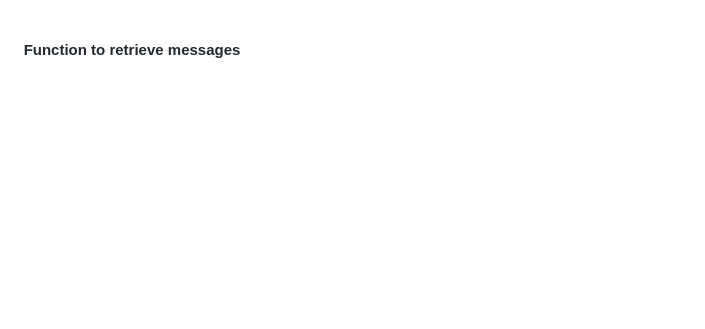
This is Untitled Diagram.drawio from satokibi44/Tweet_Analyzing, a draw.io file, before an edit. Source tidied: cells renumbered, new cells numbered last; positions are measured from the earlier drawing's top-left corner, leaving out a move shared by most shapes. Both pictures are drawn from the tidied source at 100%, with x=0, y=0 at pixel (17, 31).
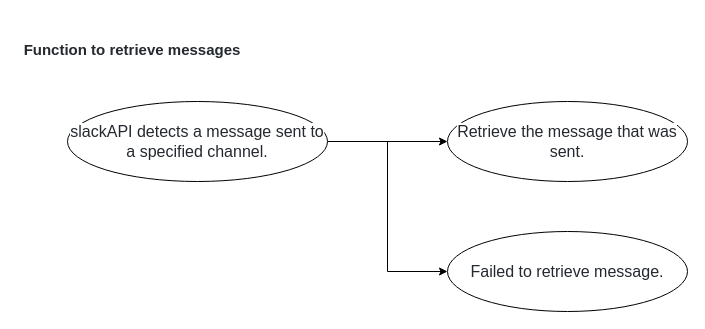
Above is the later version.

Commit message:
Failed to retrieve message3

Change to the diagram source:
```diff
@@
 <mxGraphModel>
   <root>
     <mxCell id="0" />
     <mxCell id="1" parent="0" />
     <mxCell id="2" value="&lt;h3 dir=&quot;auto&quot; style=&quot;box-sizing: border-box ; margin-top: 24px ; margin-bottom: 16px ; font-size: 1.25em ; line-height: 1.25 ; color: rgb(36 , 41 , 47) ; font-family: , &amp;#34;blinkmacsystemfont&amp;#34; , &amp;#34;segoe ui&amp;#34; , &amp;#34;helvetica&amp;#34; , &amp;#34;arial&amp;#34; , sans-serif , &amp;#34;apple color emoji&amp;#34; , &amp;#34;segoe ui emoji&amp;#34; ; background-color: rgb(255 , 255 , 255)&quot;&gt;Function to retrieve messages&lt;/h3&gt;" style="text;html=1;strokeColor=none;fillColor=none;align=center;verticalAlign=middle;whiteSpace=wrap;rounded=0;" parent="1" vertex="1">
       <mxGeometry width="230" height="30" as="geometry" />
     </mxCell>
+    <mxCell id="3" style="edgeStyle=orthogonalEdgeStyle;rounded=0;jettySize=auto;html=1;entryX=0;entryY=0.5;entryDx=0;entryDy=0;" parent="1" edge="1" source="5" target="7">
+      <mxGeometry relative="1" as="geometry" />
+    </mxCell>
+    <mxCell id="4" style="edgeStyle=orthogonalEdgeStyle;rounded=0;jettySize=auto;html=1;exitX=1;exitY=0.5;exitDx=0;exitDy=0;entryX=0;entryY=0.5;entryDx=0;entryDy=0;" parent="1" edge="1" source="5" target="6">
+      <mxGeometry relative="1" as="geometry" />
+    </mxCell>
+    <mxCell id="5" value="&lt;span style=&quot;color: rgb(36 , 41 , 47) ; font-family: , &amp;#34;blinkmacsystemfont&amp;#34; , &amp;#34;segoe ui&amp;#34; , &amp;#34;helvetica&amp;#34; , &amp;#34;arial&amp;#34; , sans-serif , &amp;#34;apple color emoji&amp;#34; , &amp;#34;segoe ui emoji&amp;#34; ; font-size: 16px ; text-align: left ; background-color: rgb(255 , 255 , 255)&quot;&gt;slackAPI detects a message sent to a specified channel.&lt;/span&gt;" style="ellipse;whiteSpace=wrap;html=1;" parent="1" vertex="1">
+      <mxGeometry x="50" y="70" width="260" height="80" as="geometry" />
+    </mxCell>
+    <mxCell id="6" value="&lt;span style=&quot;color: rgb(36 , 41 , 47) ; font-family: , &amp;#34;blinkmacsystemfont&amp;#34; , &amp;#34;segoe ui&amp;#34; , &amp;#34;helvetica&amp;#34; , &amp;#34;arial&amp;#34; , sans-serif , &amp;#34;apple color emoji&amp;#34; , &amp;#34;segoe ui emoji&amp;#34; ; font-size: 16px ; text-align: left ; background-color: rgb(255 , 255 , 255)&quot;&gt;Failed to retrieve message.&lt;/span&gt;" style="ellipse;whiteSpace=wrap;html=1;" parent="1" vertex="1">
+      <mxGeometry x="430" y="200" width="240" height="80" as="geometry" />
+    </mxCell>
+    <mxCell id="7" value="&lt;span style=&quot;color: rgb(36 , 41 , 47) ; font-family: , &amp;#34;blinkmacsystemfont&amp;#34; , &amp;#34;segoe ui&amp;#34; , &amp;#34;helvetica&amp;#34; , &amp;#34;arial&amp;#34; , sans-serif , &amp;#34;apple color emoji&amp;#34; , &amp;#34;segoe ui emoji&amp;#34; ; font-size: 16px ; text-align: left ; background-color: rgb(255 , 255 , 255)&quot;&gt;Retrieve the message that was sent.&lt;/span&gt;" style="ellipse;whiteSpace=wrap;html=1;" parent="1" vertex="1">
+      <mxGeometry x="430" y="70" width="240" height="80" as="geometry" />
+    </mxCell>
   </root>
 </mxGraphModel>
```
